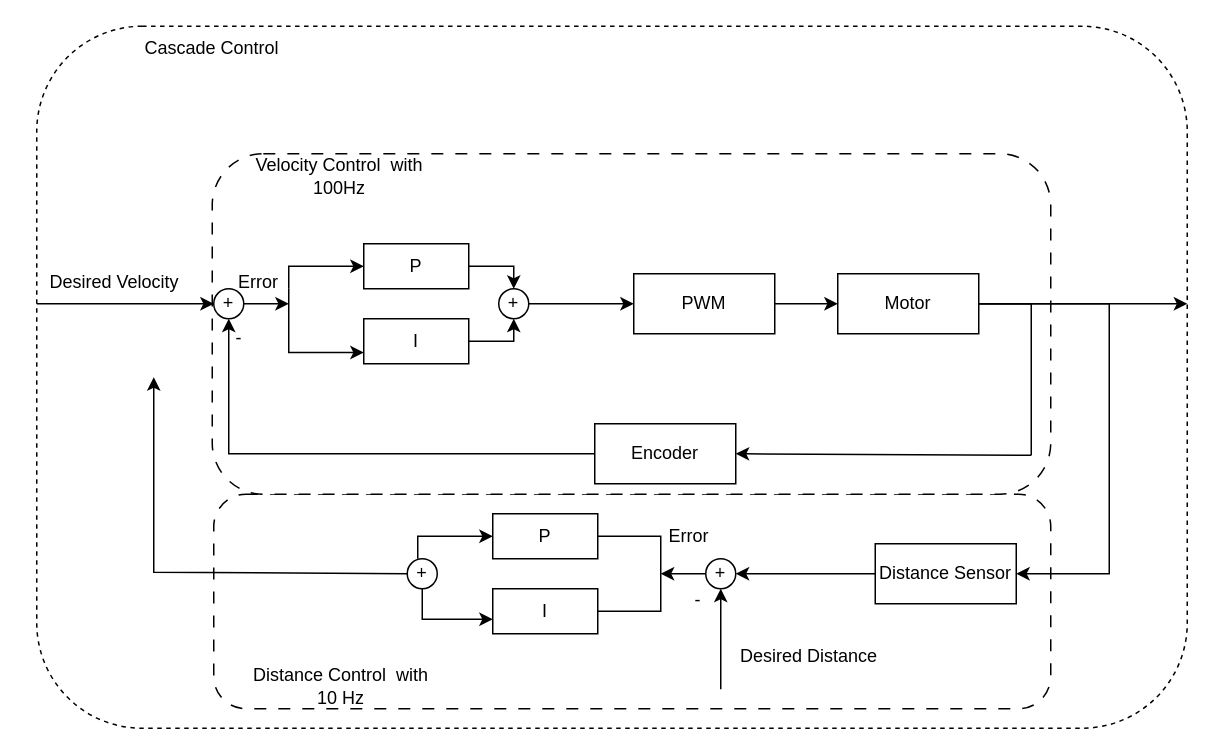
Earlier version of the draw.io diagram draft/control_loop.drawio (AminSeffo/Micromouse). Source tidied: cells renumbered, new cells numbered last; positions are measured from the earlier drawing's top-left corner, leaving out a move shared by most shapes. Both pictures are drawn from the tidied source at 150%, with x=0, y=0 at pixel (36, 26).
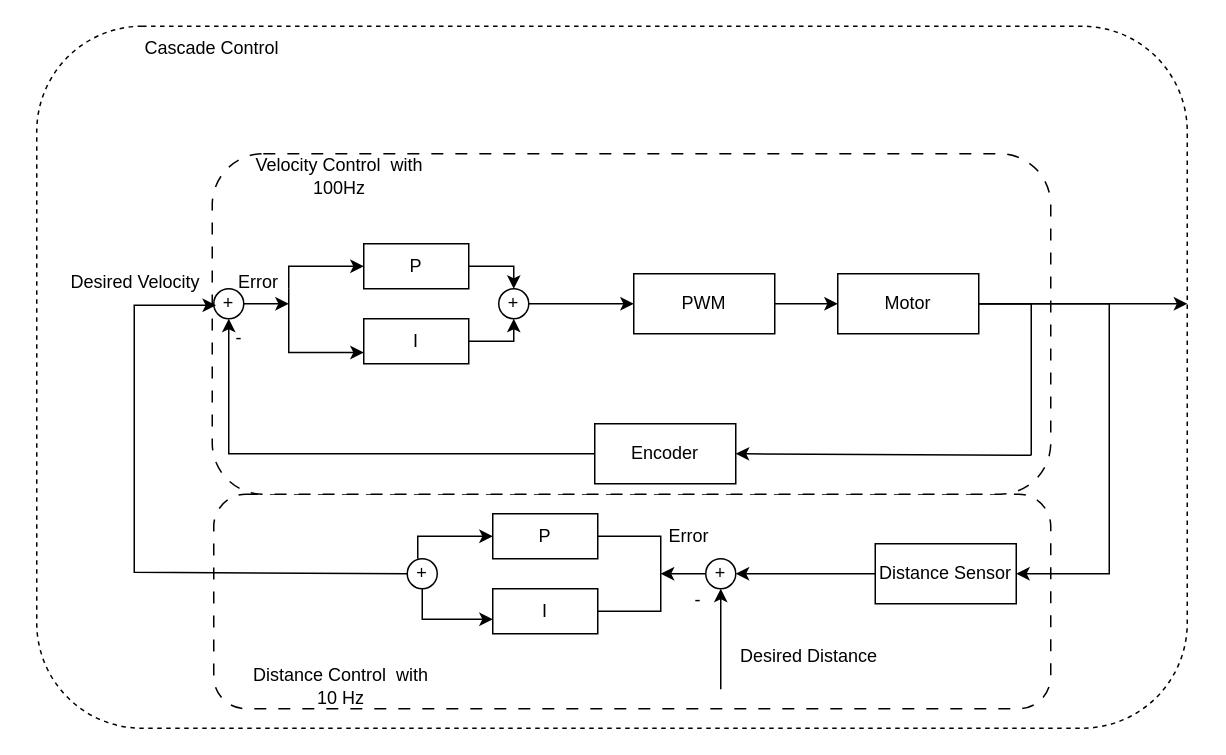
Above is the later version.

Unchanged cells that the change refers to:
```xml
<mxCell id="18" value="+" style="ellipse;whiteSpace=wrap;html=1;" parent="1" vertex="1">
  <mxGeometry x="118" y="175" width="20" height="20" as="geometry" />
</mxCell>
<mxCell id="28" value="+" style="ellipse;whiteSpace=wrap;html=1;" parent="1" vertex="1">
  <mxGeometry x="247" y="355" width="20" height="20" as="geometry" />
</mxCell>
<mxCell id="41" value="Error" style="text;html=1;strokeColor=none;fillColor=none;align=center;verticalAlign=middle;whiteSpace=wrap;rounded=0;" parent="1" vertex="1">
  <mxGeometry x="91" y="156" width="114" height="30" as="geometry" />
</mxCell>
```

Change to the diagram source:
```diff
@@
-    <mxCell id="38" style="endArrow=classic;html=1;rounded=0;entryX=0;entryY=0.5;entryDx=0;entryDy=0;" parent="1" edge="1" target="18">
-      <mxGeometry relative="1" as="geometry">
-        <mxPoint y="185" as="sourcePoint" />
-      </mxGeometry>
-    </mxCell>
-    <mxCell id="39" value="Desired Velocity" style="text;html=1;strokeColor=none;fillColor=none;align=center;verticalAlign=middle;whiteSpace=wrap;rounded=0;" parent="1" vertex="1">
-      <mxGeometry y="156" width="104" height="30" as="geometry" />
-    </mxCell>
@@
-    <mxCell id="45" style="endArrow=classic;html=1;rounded=0;exitX=0;exitY=0.5;exitDx=0;exitDy=0;" parent="1" edge="1" source="28">
+    <mxCell id="45" style="endArrow=classic;html=1;rounded=0;exitX=0;exitY=0.5;exitDx=0;exitDy=0;entryX=0.25;entryY=1;entryDx=0;entryDy=0;" parent="1" edge="1" source="28" target="41">
       <mxGeometry relative="1" as="geometry">
-        <mxPoint x="78" y="234" as="targetPoint" />
         <Array as="points">
-          <mxPoint x="78" y="364" />
+          <mxPoint x="65" y="364" />
+          <mxPoint x="65" y="186" />
         </Array>
       </mxGeometry>
     </mxCell>
+    <mxCell id="39" value="Desired Velocity" style="text;html=1;strokeColor=none;fillColor=none;align=center;verticalAlign=middle;whiteSpace=wrap;rounded=0;" parent="1" vertex="1">
+      <mxGeometry x="14" y="156" width="104" height="30" as="geometry" />
+    </mxCell>
```
